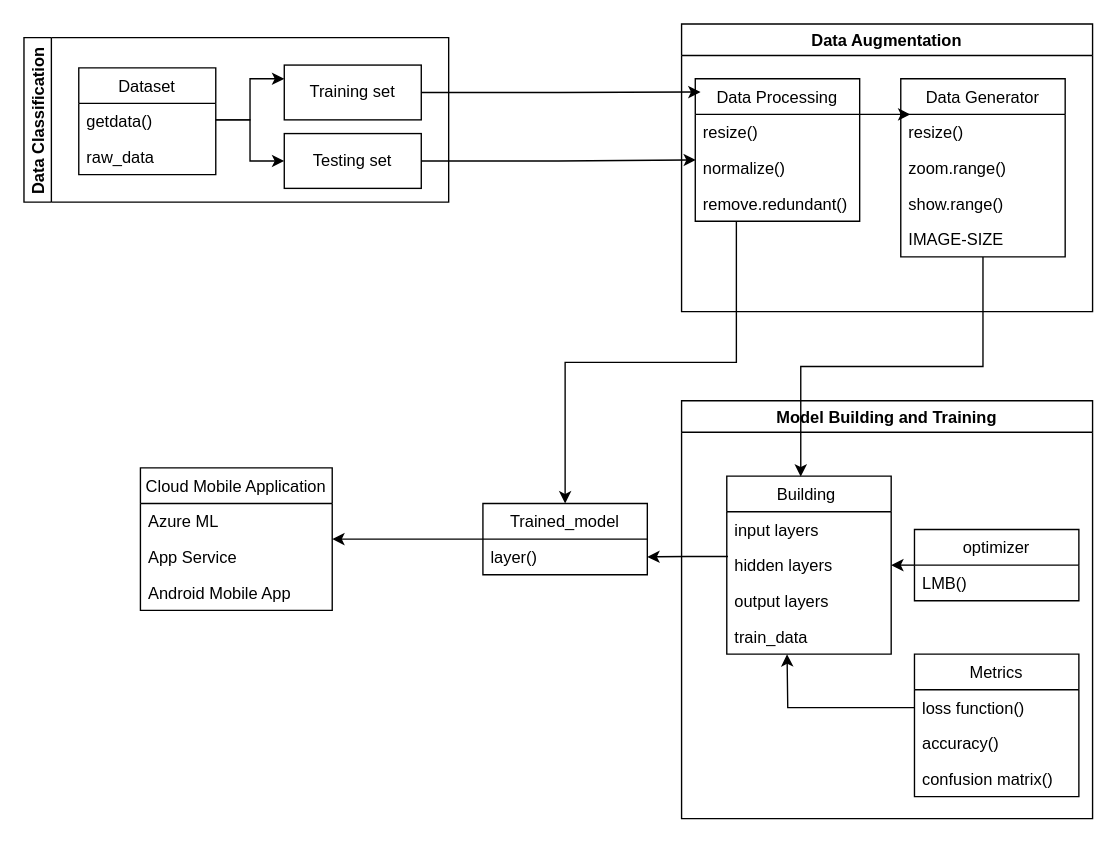
Above: Class_diagram.drawio in chrispaul07/FinalProject (draw.io), before the change. Source tidied: cells renumbered, new cells numbered last; positions are measured from the earlier drawing's top-left corner, leaving out a move shared by most shapes. Both pictures are drawn from the tidied source at 137%, with x=0, y=0 at pixel (23, 23).
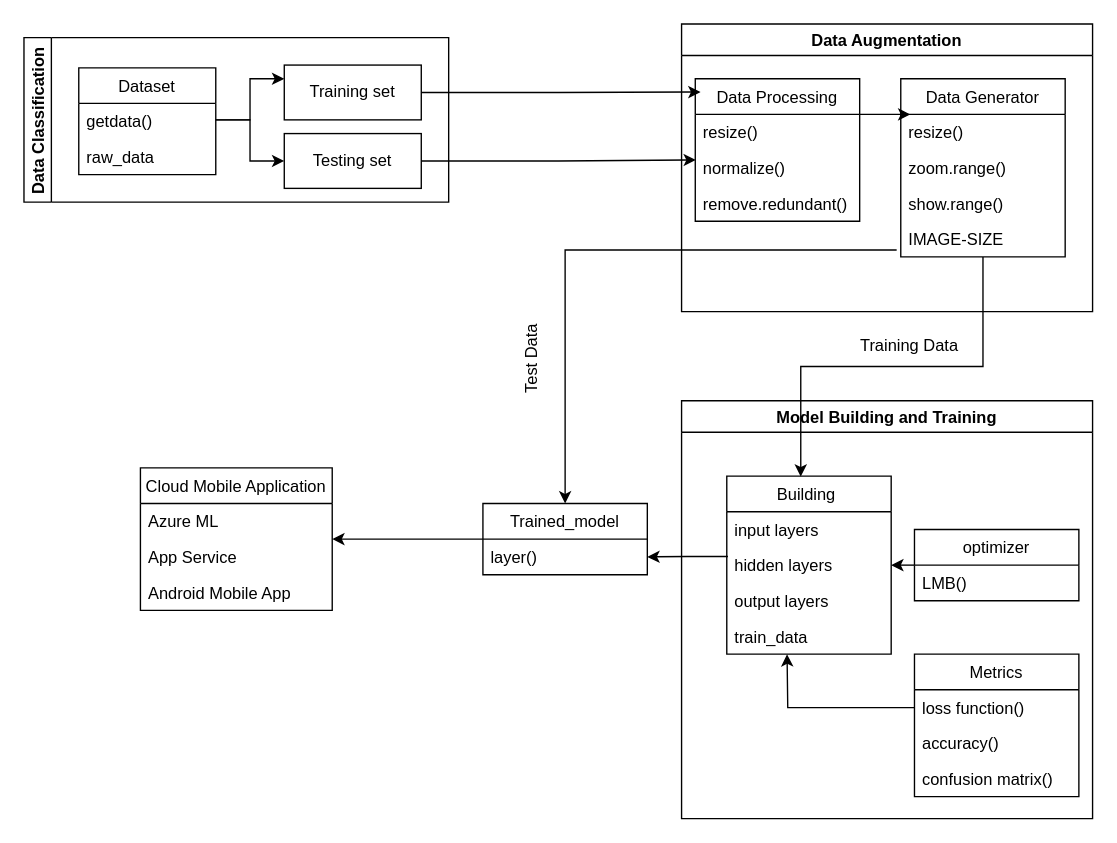
The same diagram, later.

The change refers to these unchanged cells:
```xml
<mxCell id="15" value="IMAGE-SIZE" style="text;strokeColor=none;fillColor=none;align=left;verticalAlign=top;spacingLeft=4;spacingRight=4;overflow=hidden;points=[[0,0.5],[1,0.5]];portConstraint=eastwest;" parent="11" vertex="1">
  <mxGeometry y="104" width="120" height="26" as="geometry" />
</mxCell>
<mxCell id="17" value="Data Processing" style="swimlane;fontStyle=0;horizontal=1;startSize=26;fillColor=none;" parent="10" vertex="1">
  <mxGeometry x="10" y="40" width="120" height="104" as="geometry" />
</mxCell>
<mxCell id="36" value="Trained_model" style="swimlane;fontStyle=0;horizontal=1;startSize=26;fillColor=none;" parent="1" vertex="1">
  <mxGeometry x="335" y="350" width="120" height="52" as="geometry" />
</mxCell>
```

Change to the diagram source:
```diff
@@
-    <mxCell id="41" style="edgeStyle=orthogonalEdgeStyle;rounded=0;jettySize=auto;html=1;exitX=0.25;exitY=1;exitDx=0;exitDy=0;entryX=0.5;entryY=0;entryDx=0;entryDy=0;" parent="1" edge="1" source="17" target="36">
+    <mxCell id="41" style="edgeStyle=orthogonalEdgeStyle;rounded=0;jettySize=auto;html=1;exitX=-0.025;exitY=0.808;exitDx=0;exitDy=0;entryX=0.5;entryY=0;entryDx=0;entryDy=0;exitPerimeter=0;" parent="1" edge="1" source="15" target="36">
       <mxGeometry relative="1" as="geometry" />
     </mxCell>
@@
+    <mxCell id="47" value="Test Data" style="text;html=1;align=center;verticalAlign=middle;strokeColor=none;fillColor=none;rotation=-90;" parent="1" vertex="1">
+      <mxGeometry x="336" y="230" width="70" height="30" as="geometry" />
+    </mxCell>
+    <mxCell id="48" value="Training Data" style="text;html=1;align=center;verticalAlign=middle;strokeColor=none;fillColor=none;rotation=0;" parent="1" vertex="1">
+      <mxGeometry x="596" y="220" width="100" height="30" as="geometry" />
+    </mxCell>
```
